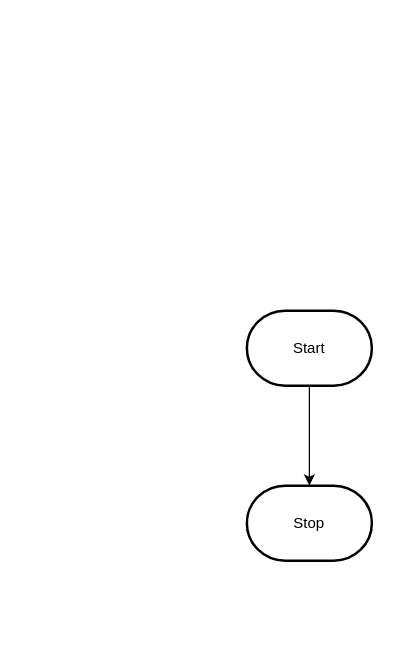
MTHS-ICD2O-1-2023/ICD2O-Unit-3-04-manya-feng keeps this draw.io diagram as design/flowchart.drawio. Above is the earlier version. Source tidied: cells renumbered, new cells numbered last; positions are measured from the earlier drawing's top-left corner, leaving out a move shared by most shapes. Both pictures are drawn from the tidied source at 125%, with x=0, y=0 at pixel (246, 310).
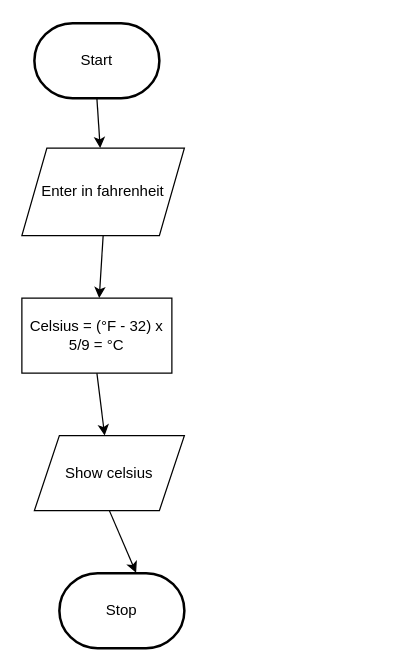
After the change.

Change to the diagram source:
```diff
@@
 <mxGraphModel>
   <root>
     <mxCell id="0" />
     <mxCell id="1" parent="0" />
-    <mxCell id="2" style="edgeStyle=orthogonalEdgeStyle;html=1;rounded=0;" parent="1" edge="1" source="3" target="4">
-      <mxGeometry relative="1" as="geometry" />
-    </mxCell>
+    <mxCell id="5" style="edgeStyle=none;html=1;exitX=0.5;exitY=1;exitDx=0;exitDy=0;exitPerimeter=0;" parent="1" edge="1" source="3" target="2">
+      <mxGeometry relative="1" as="geometry" />
+    </mxCell>
     <mxCell id="3" value="Start" style="strokeWidth=2;html=1;shape=mxgraph.flowchart.terminator;whiteSpace=wrap;" parent="1" vertex="1">
-      <mxGeometry width="100" height="60" as="geometry" />
+      <mxGeometry x="-170" y="-230" width="100" height="60" as="geometry" />
     </mxCell>
     <mxCell id="4" value="Stop" style="strokeWidth=2;html=1;shape=mxgraph.flowchart.terminator;whiteSpace=wrap;" parent="1" vertex="1">
-      <mxGeometry y="140" width="100" height="60" as="geometry" />
+      <mxGeometry x="-150" y="210" width="100" height="60" as="geometry" />
     </mxCell>
+    <mxCell id="6" style="edgeStyle=none;html=1;exitX=0.5;exitY=1;exitDx=0;exitDy=0;" parent="1" edge="1" source="2" target="10">
+      <mxGeometry relative="1" as="geometry" />
+    </mxCell>
+    <mxCell id="2" value="Enter in fahrenheit" style="shape=parallelogram;perimeter=parallelogramPerimeter;whiteSpace=wrap;html=1;fixedSize=1;" parent="1" vertex="1">
+      <mxGeometry x="-180" y="-130" width="130" height="70" as="geometry" />
+    </mxCell>
+    <mxCell id="7" style="edgeStyle=none;html=1;exitX=0.5;exitY=1;exitDx=0;exitDy=0;entryX=0.614;entryY=-0.004;entryDx=0;entryDy=0;entryPerimeter=0;" parent="1" edge="1" source="8" target="4">
+      <mxGeometry relative="1" as="geometry" />
+    </mxCell>
+    <mxCell id="8" value="Show celsius" style="shape=parallelogram;perimeter=parallelogramPerimeter;whiteSpace=wrap;html=1;fixedSize=1;" parent="1" vertex="1">
+      <mxGeometry x="-170" y="100" width="120" height="60" as="geometry" />
+    </mxCell>
+    <mxCell id="9" style="edgeStyle=none;html=1;exitX=0.5;exitY=1;exitDx=0;exitDy=0;" parent="1" edge="1" source="10" target="8">
+      <mxGeometry relative="1" as="geometry" />
+    </mxCell>
+    <mxCell id="10" value="Celsius = (°F - 32) x 5/9 = °C" style="rounded=0;whiteSpace=wrap;html=1;" parent="1" vertex="1">
+      <mxGeometry x="-180" y="-10" width="120" height="60" as="geometry" />
+    </mxCell>
   </root>
 </mxGraphModel>
```
